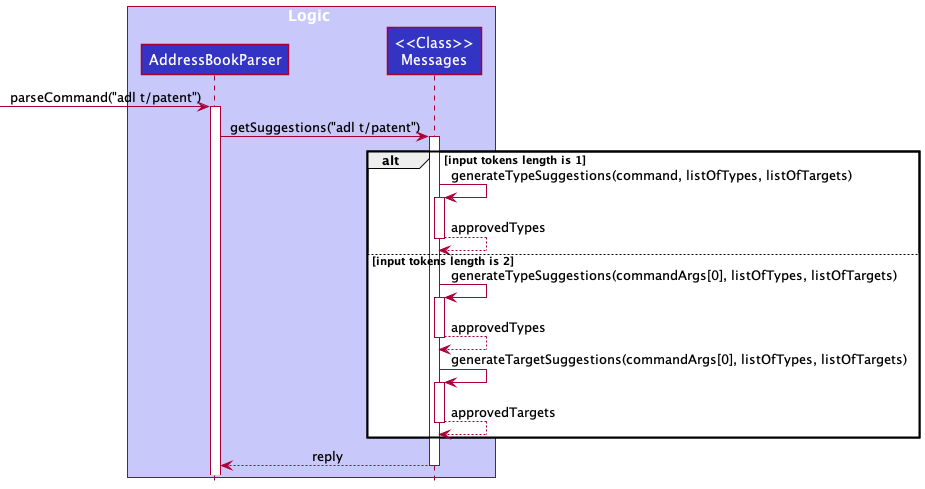
This is docs/images/SuggestionsSequenceDiagram.png from simonjulianl/tp, a PlantUML export, as it was before one commit. Its diagram source:
```plantuml
@startuml
!include style.puml

box Logic LOGIC_COLOR_T1
participant "AddressBookParser" as AddressBookParser LOGIC_COLOR
participant "<<Class>>\nMessages" as Messages LOGIC_COLOR
end box


[-> AddressBookParser : parseCommand("adl t/patent")
activate AddressBookParser

AddressBookParser -> Messages : getSuggestions("adl t/patent")
activate Messages

alt input tokens length is 1
    Messages -> Messages : generateTypeSuggestions(command, listOfTypes, listOfTargets)
    activate Messages
    return approvedTypes
else input tokens length is 2
    Messages -> Messages : generateTypeSuggestions(commandArgs[0], listOfTypes, listOfTargets)
    activate Messages
    return approvedTypes

    Messages -> Messages : generateTargetSuggestions(commandArgs[0], listOfTypes, listOfTargets)
    activate Messages
    return approvedTargets
end
return reply
@enduml
```
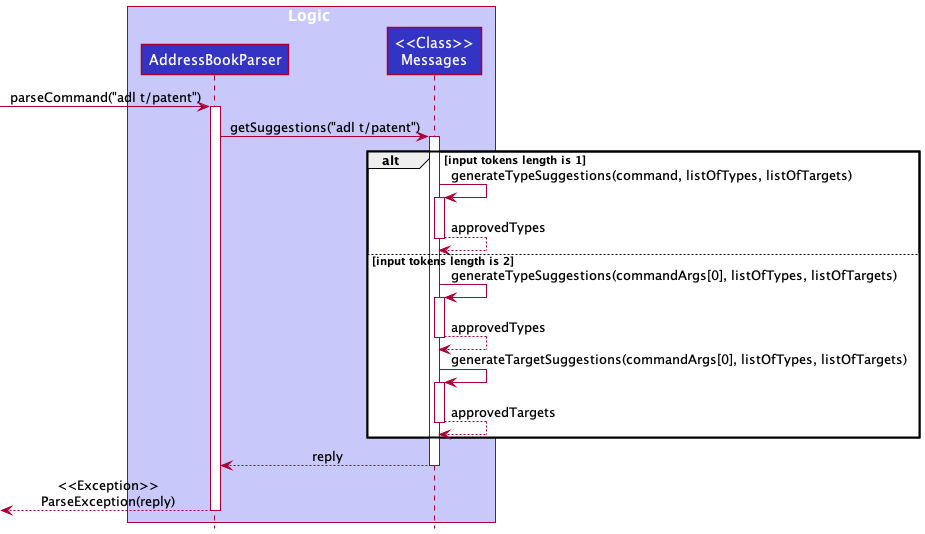
The same file after the commit.

The edit, as a diff of the source:
```diff
@@ -27,4 +27,5 @@
     return approvedTargets
 end
 return reply
+return <<Exception>>\nParseException(reply)
 @enduml
```
